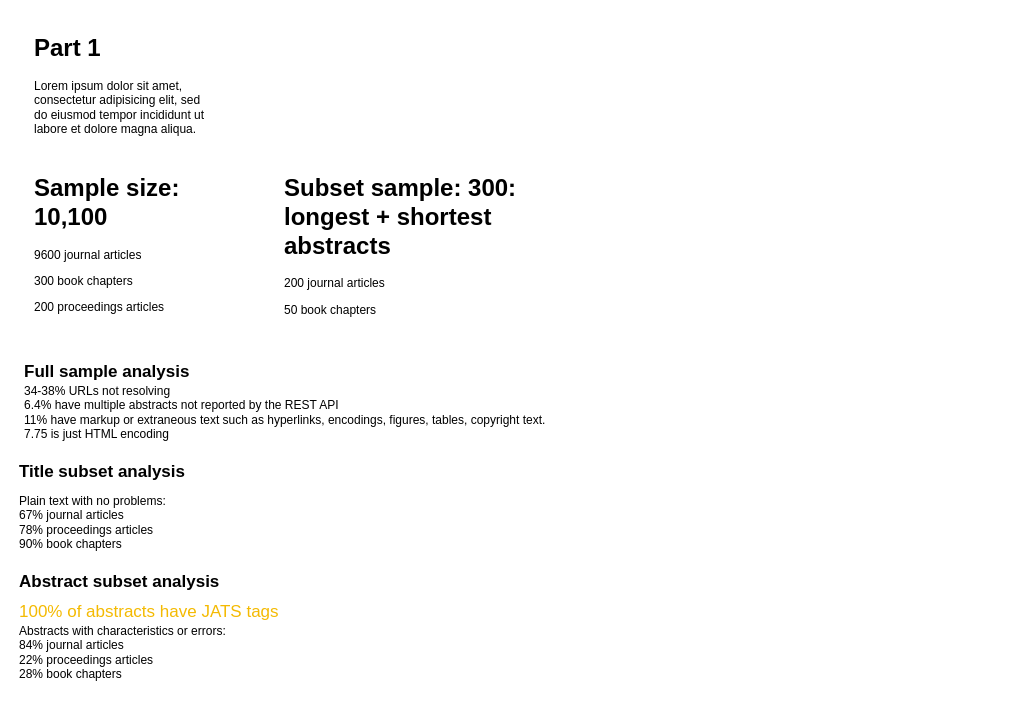
Before: presentation/quarto/images/Chapter1_2_results.drawio in poppy-nicolette/Dissertation, a draw.io diagram. Source tidied: cells renumbered, new cells numbered last; positions are measured from the earlier drawing's top-left corner, leaving out a move shared by most shapes. Both pictures are drawn from the tidied source at 100%, with x=0, y=0 at pixel (17, 27).
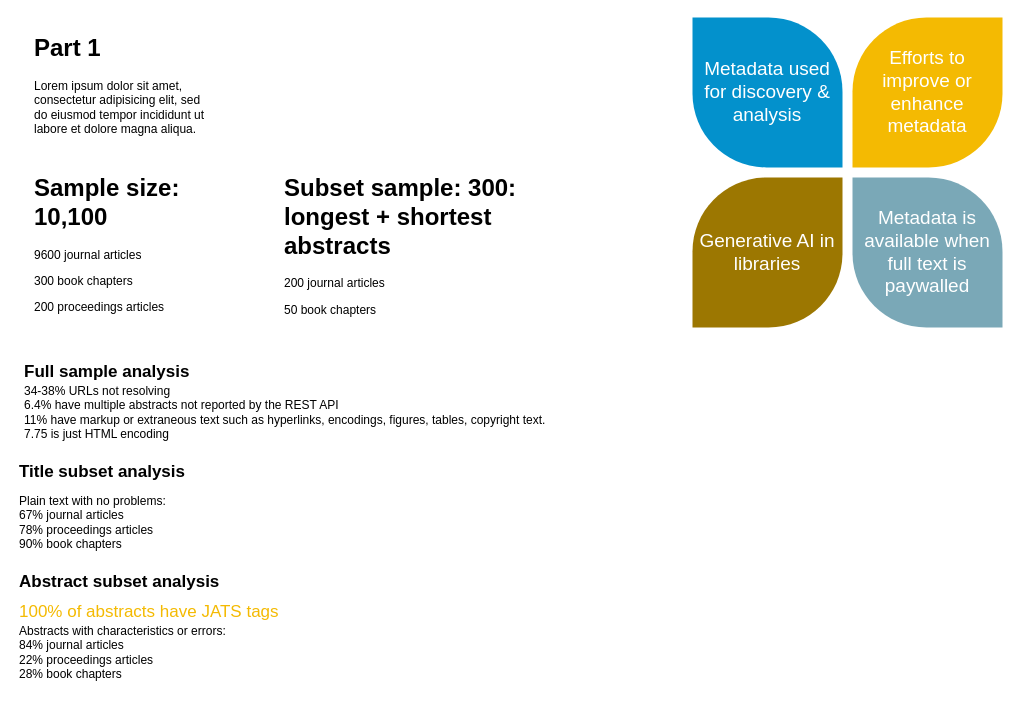
After the change.

Diff of the diagram source:
```diff
@@
 <mxGraphModel>
   <root>
     <mxCell id="0" />
     <mxCell id="1" parent="0" />
     <mxCell id="2" value="&lt;h1 style=&quot;margin-top: 0px;&quot;&gt;Part 1&lt;/h1&gt;&lt;p&gt;Lorem ipsum dolor sit amet, consectetur adipisicing elit, sed do eiusmod tempor incididunt ut labore et dolore magna aliqua.&lt;/p&gt;" style="text;html=1;whiteSpace=wrap;overflow=hidden;rounded=0;" parent="1" vertex="1">
       <mxGeometry x="15" width="180" height="120" as="geometry" />
     </mxCell>
     <mxCell id="3" value="&lt;h1 style=&quot;margin-top: 0px;&quot;&gt;Sample size: 10,100&lt;/h1&gt;&lt;p&gt;9600 journal articles&lt;/p&gt;&lt;p&gt;300 book chapters&lt;/p&gt;&lt;p&gt;200 proceedings articles&lt;/p&gt;" style="text;html=1;whiteSpace=wrap;overflow=hidden;rounded=0;" parent="1" vertex="1">
       <mxGeometry x="15" y="140" width="180" height="160" as="geometry" />
     </mxCell>
     <mxCell id="4" value="&lt;h1 style=&quot;margin-top: 0px;&quot;&gt;Subset sample: 300: longest + shortest abstracts&lt;/h1&gt;&lt;p&gt;200 journal articles&lt;/p&gt;&lt;p&gt;50 book chapters&lt;/p&gt;&lt;p&gt;50 proceedings articles&lt;/p&gt;" style="text;html=1;whiteSpace=wrap;overflow=hidden;rounded=0;" parent="1" vertex="1">
       <mxGeometry x="265" y="140" width="250" height="160" as="geometry" />
     </mxCell>
     <mxCell id="5" value="Full sample analysis" style="text;html=1;align=left;verticalAlign=middle;whiteSpace=wrap;rounded=0;fontSize=17;fontStyle=1;" parent="1" vertex="1">
       <mxGeometry x="5" y="330" width="290" height="30" as="geometry" />
     </mxCell>
     <mxCell id="6" value="34-38% URLs not resolving&lt;div&gt;6.4% have multiple abstracts not reported by the REST API&lt;/div&gt;&lt;div&gt;11% have markup or extraneous text such as hyperlinks, encodings, figures, tables, copyright text.&amp;nbsp;&lt;/div&gt;&lt;div&gt;7.75 is just HTML encoding&lt;/div&gt;" style="text;html=1;align=left;verticalAlign=middle;whiteSpace=wrap;rounded=0;" parent="1" vertex="1">
       <mxGeometry x="5" y="350" width="570" height="70" as="geometry" />
     </mxCell>
     <mxCell id="7" value="Title subset analysis" style="text;html=1;align=left;verticalAlign=middle;whiteSpace=wrap;rounded=0;fontSize=17;fontStyle=1;" parent="1" vertex="1">
       <mxGeometry y="430" width="290" height="30" as="geometry" />
     </mxCell>
     <mxCell id="8" value="Plain text with no problems:&lt;div&gt;67% journal articles&lt;/div&gt;&lt;div&gt;78% proceedings articles&lt;/div&gt;&lt;div&gt;90%&lt;span style=&quot;background-color: initial;&quot;&gt;&amp;nbsp;book chapters&lt;/span&gt;&lt;/div&gt;" style="text;html=1;align=left;verticalAlign=middle;whiteSpace=wrap;rounded=0;" parent="1" vertex="1">
       <mxGeometry y="460" width="260" height="70" as="geometry" />
     </mxCell>
     <mxCell id="9" value="Abstracts with characteristics or errors:&lt;div&gt;84% journal articles&lt;/div&gt;&lt;div&gt;22% proceedings articles&lt;/div&gt;&lt;div&gt;28% book chapters&lt;/div&gt;" style="text;html=1;align=left;verticalAlign=middle;whiteSpace=wrap;rounded=0;" parent="1" vertex="1">
       <mxGeometry y="590" width="260" height="70" as="geometry" />
     </mxCell>
     <mxCell id="10" value="Abstract subset analysis" style="text;html=1;align=left;verticalAlign=middle;whiteSpace=wrap;rounded=0;fontSize=17;fontStyle=1;" parent="1" vertex="1">
       <mxGeometry y="540" width="290" height="30" as="geometry" />
     </mxCell>
     <mxCell id="11" value="100% of abstracts have JATS tags" style="text;html=1;align=left;verticalAlign=middle;whiteSpace=wrap;rounded=0;fontSize=17;fontStyle=0;fontColor=#F4BA02;" parent="1" vertex="1">
       <mxGeometry y="570" width="280" height="30" as="geometry" />
     </mxCell>
+    <mxCell id="12" value="Metadata used for discovery &amp;amp; analysis" style="shape=mxgraph.basic.diag_round_rect;dx=37;flipH=1;html=1;fillColor=#0391CC;strokeColor=none;shadow=0;fontSize=19;fontColor=#FFFFFF;align=center;fontStyle=0;whiteSpace=wrap;strokeWidth=8;" parent="1" vertex="1">
+      <mxGeometry x="675" y="-10" width="150" height="150" as="geometry" />
+    </mxCell>
+    <mxCell id="13" value="Efforts to improve or enhance metadata" style="shape=mxgraph.basic.diag_round_rect;dx=37;html=1;fillColor=#F4BA02;strokeColor=none;shadow=0;fontSize=19;fontColor=#FFFFFF;align=center;fontStyle=0;whiteSpace=wrap;strokeWidth=8;" parent="1" vertex="1">
+      <mxGeometry x="835" y="-10" width="150" height="150" as="geometry" />
+    </mxCell>
+    <mxCell id="14" value="Generative AI in libraries" style="shape=mxgraph.basic.diag_round_rect;dx=37;flipH=1;flipV=1;html=1;fillColor=#9C7701;strokeColor=none;shadow=0;fontSize=19;fontColor=#FFFFFF;align=center;fontStyle=0;whiteSpace=wrap;strokeWidth=8;" parent="1" vertex="1">
+      <mxGeometry x="675" y="150" width="150" height="150" as="geometry" />
+    </mxCell>
+    <mxCell id="15" value="Metadata is available when full text is paywalled" style="shape=mxgraph.basic.diag_round_rect;dx=37;flipV=1;html=1;fillColor=#7AA8B7;strokeColor=none;shadow=0;fontSize=19;fontColor=#FFFFFF;align=center;fontStyle=0;whiteSpace=wrap;strokeWidth=8;" parent="1" vertex="1">
+      <mxGeometry x="835" y="150" width="150" height="150" as="geometry" />
+    </mxCell>
   </root>
 </mxGraphModel>
```
